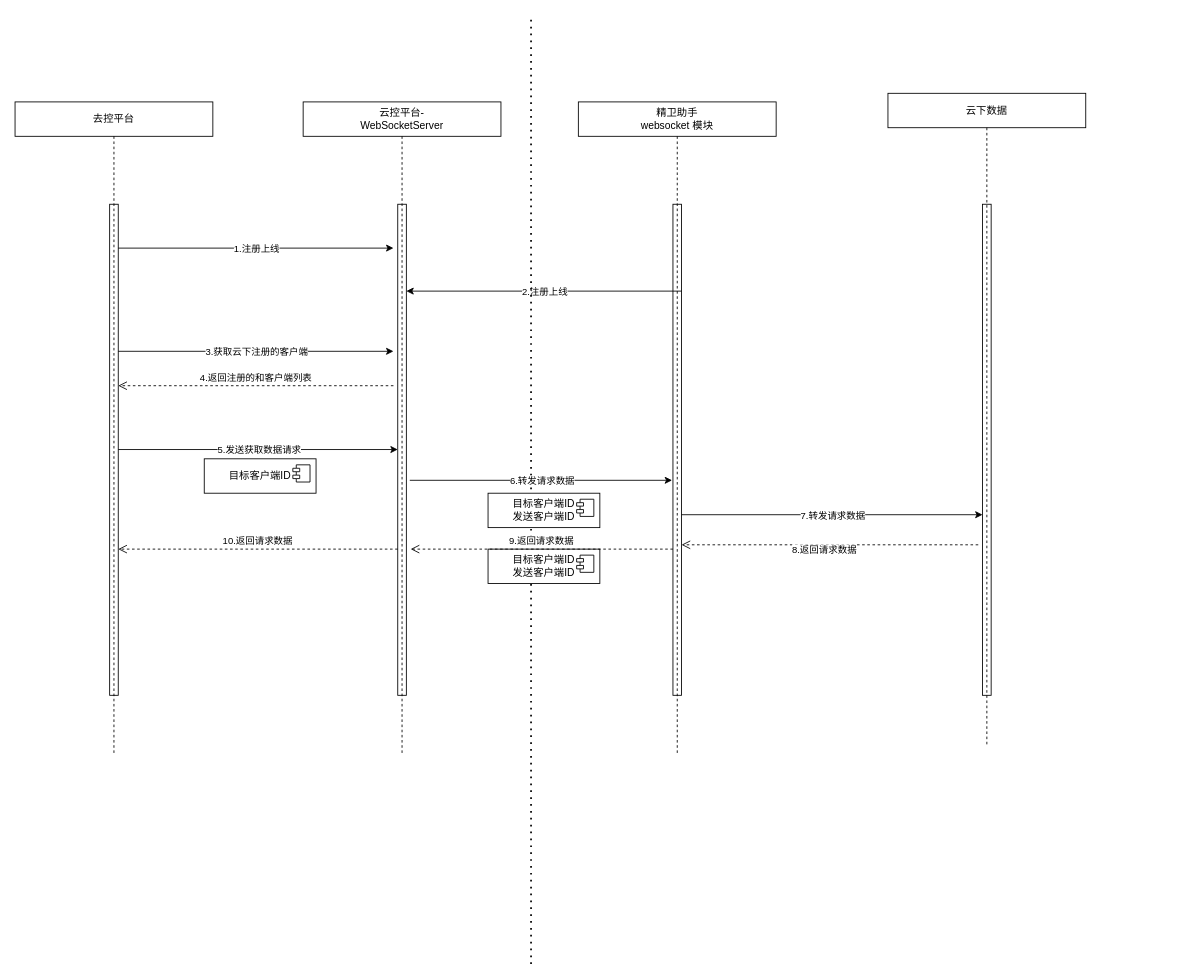
Before: 云控平台.drawio in Snuger/draw, a draw.io diagram. Source tidied: cells renumbered, new cells numbered last; positions are measured from the earlier drawing's top-left corner, leaving out a move shared by most shapes. Both pictures are drawn from the tidied source at 86%, with x=0, y=0 at pixel (15, 15).
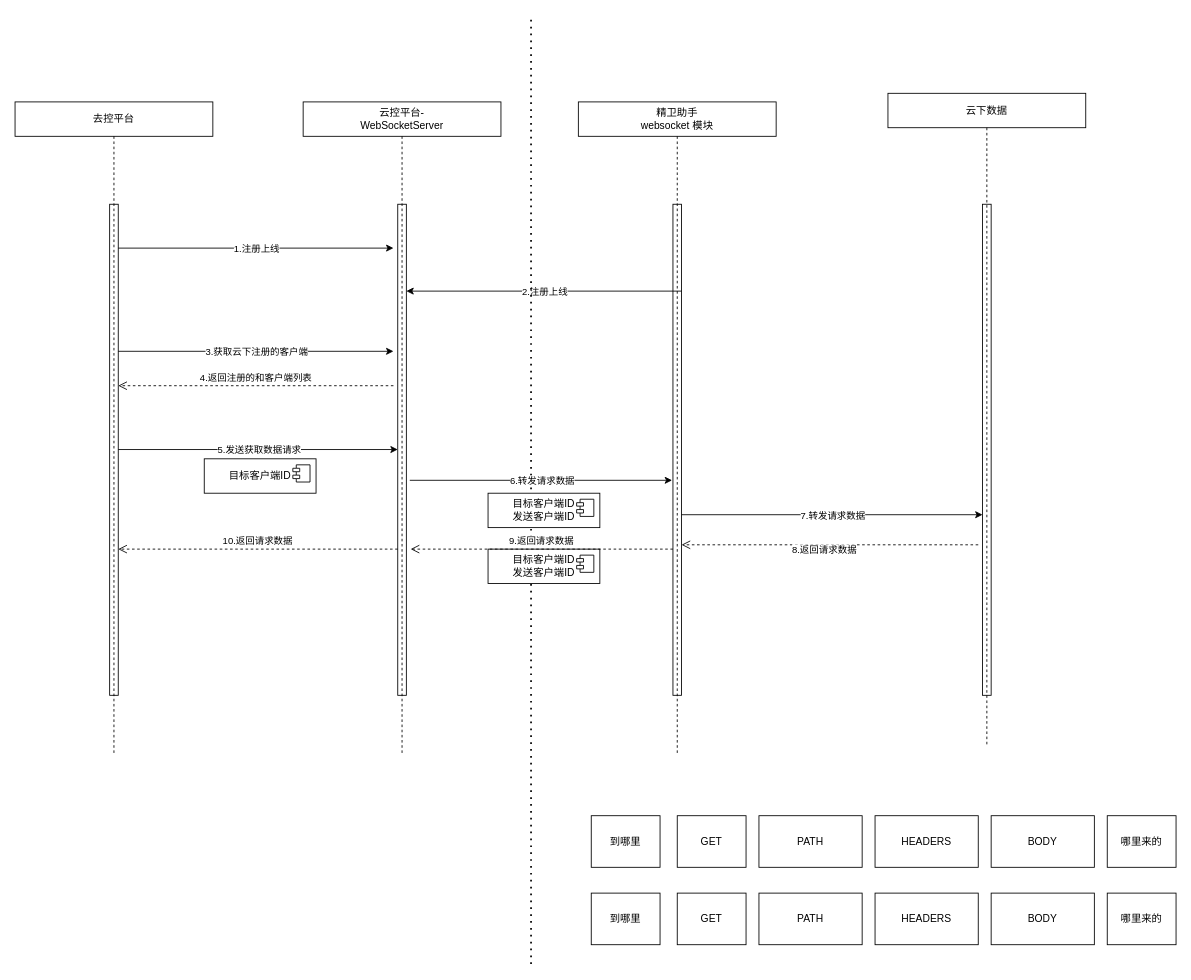
After the change.

Commit message:
更新云控平台.drawio

The edit, as a diff of the source:
```diff
@@
+    <mxCell id="33" value="GET" style="rounded=0;whiteSpace=wrap;html=1;" parent="1" vertex="1">
+      <mxGeometry x="770" y="930" width="80" height="60" as="geometry" />
+    </mxCell>
+    <mxCell id="34" value="PATH" style="rounded=0;whiteSpace=wrap;html=1;" parent="1" vertex="1">
+      <mxGeometry x="865" y="930" width="120" height="60" as="geometry" />
+    </mxCell>
+    <mxCell id="35" value="HEADERS" style="rounded=0;whiteSpace=wrap;html=1;" parent="1" vertex="1">
+      <mxGeometry x="1000" y="930" width="120" height="60" as="geometry" />
+    </mxCell>
+    <mxCell id="36" value="BODY" style="rounded=0;whiteSpace=wrap;html=1;" parent="1" vertex="1">
+      <mxGeometry x="1135" y="930" width="120" height="60" as="geometry" />
+    </mxCell>
+    <mxCell id="37" value="到哪里" style="rounded=0;whiteSpace=wrap;html=1;" parent="1" vertex="1">
+      <mxGeometry x="670" y="930" width="80" height="60" as="geometry" />
+    </mxCell>
+    <mxCell id="38" value="哪里来的" style="rounded=0;whiteSpace=wrap;html=1;" parent="1" vertex="1">
+      <mxGeometry x="1270" y="930" width="80" height="60" as="geometry" />
+    </mxCell>
+    <mxCell id="39" value="GET" style="rounded=0;whiteSpace=wrap;html=1;" parent="1" vertex="1">
+      <mxGeometry x="770" y="1020" width="80" height="60" as="geometry" />
+    </mxCell>
+    <mxCell id="40" value="PATH" style="rounded=0;whiteSpace=wrap;html=1;" parent="1" vertex="1">
+      <mxGeometry x="865" y="1020" width="120" height="60" as="geometry" />
+    </mxCell>
+    <mxCell id="41" value="HEADERS" style="rounded=0;whiteSpace=wrap;html=1;" parent="1" vertex="1">
+      <mxGeometry x="1000" y="1020" width="120" height="60" as="geometry" />
+    </mxCell>
+    <mxCell id="42" value="BODY" style="rounded=0;whiteSpace=wrap;html=1;" parent="1" vertex="1">
+      <mxGeometry x="1135" y="1020" width="120" height="60" as="geometry" />
+    </mxCell>
+    <mxCell id="43" value="到哪里" style="rounded=0;whiteSpace=wrap;html=1;" parent="1" vertex="1">
+      <mxGeometry x="670" y="1020" width="80" height="60" as="geometry" />
+    </mxCell>
+    <mxCell id="44" value="哪里来的" style="rounded=0;whiteSpace=wrap;html=1;" parent="1" vertex="1">
+      <mxGeometry x="1270" y="1020" width="80" height="60" as="geometry" />
+    </mxCell>
```
